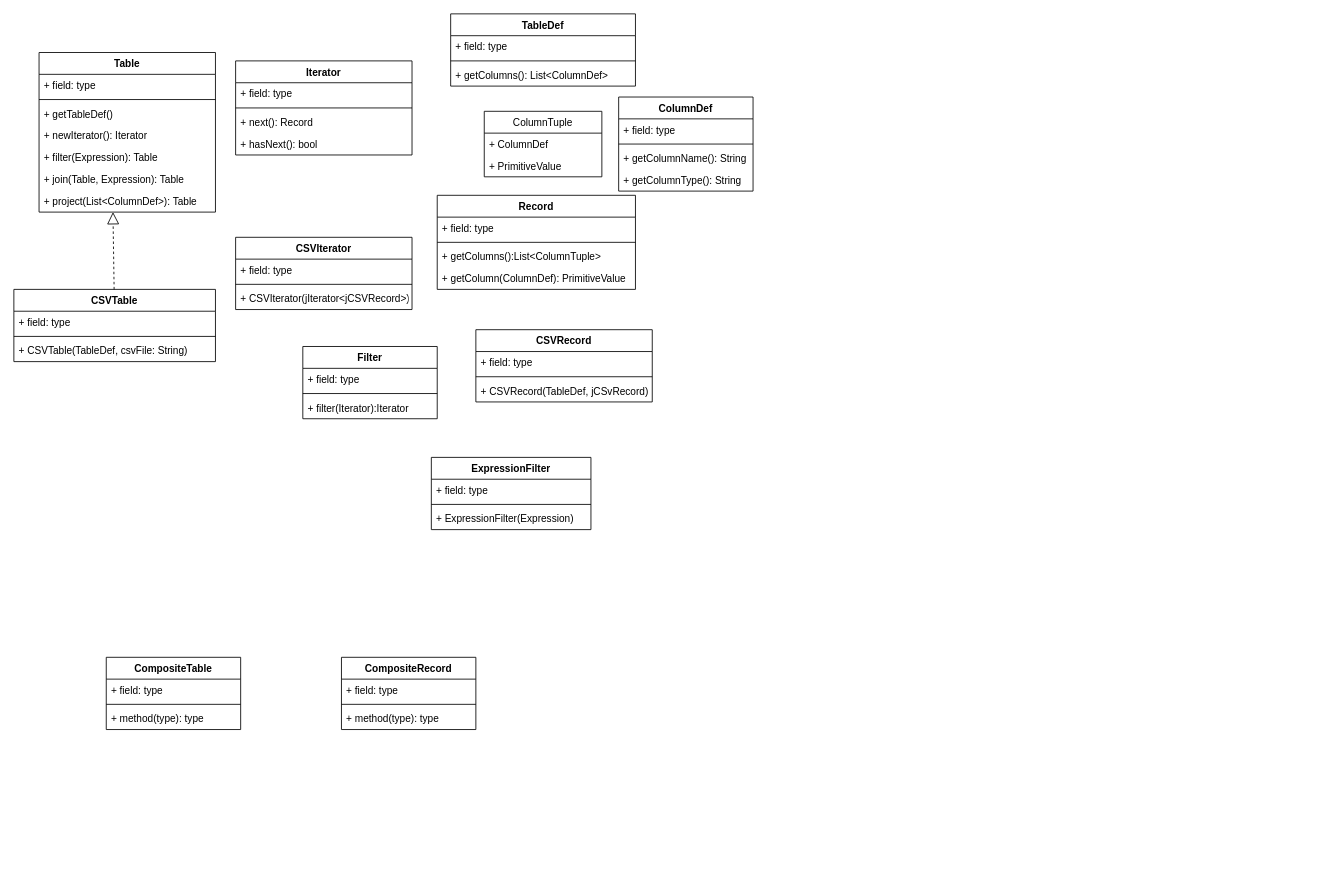
The draw.io diagram toyqe.drawio in kikimo/toyqe, before the edit. Source tidied: cells renumbered, new cells numbered last; positions are measured from the earlier drawing's top-left corner, leaving out a move shared by most shapes. Both pictures are drawn from the tidied source at 84%, with x=0, y=0 at pixel (13, 13).
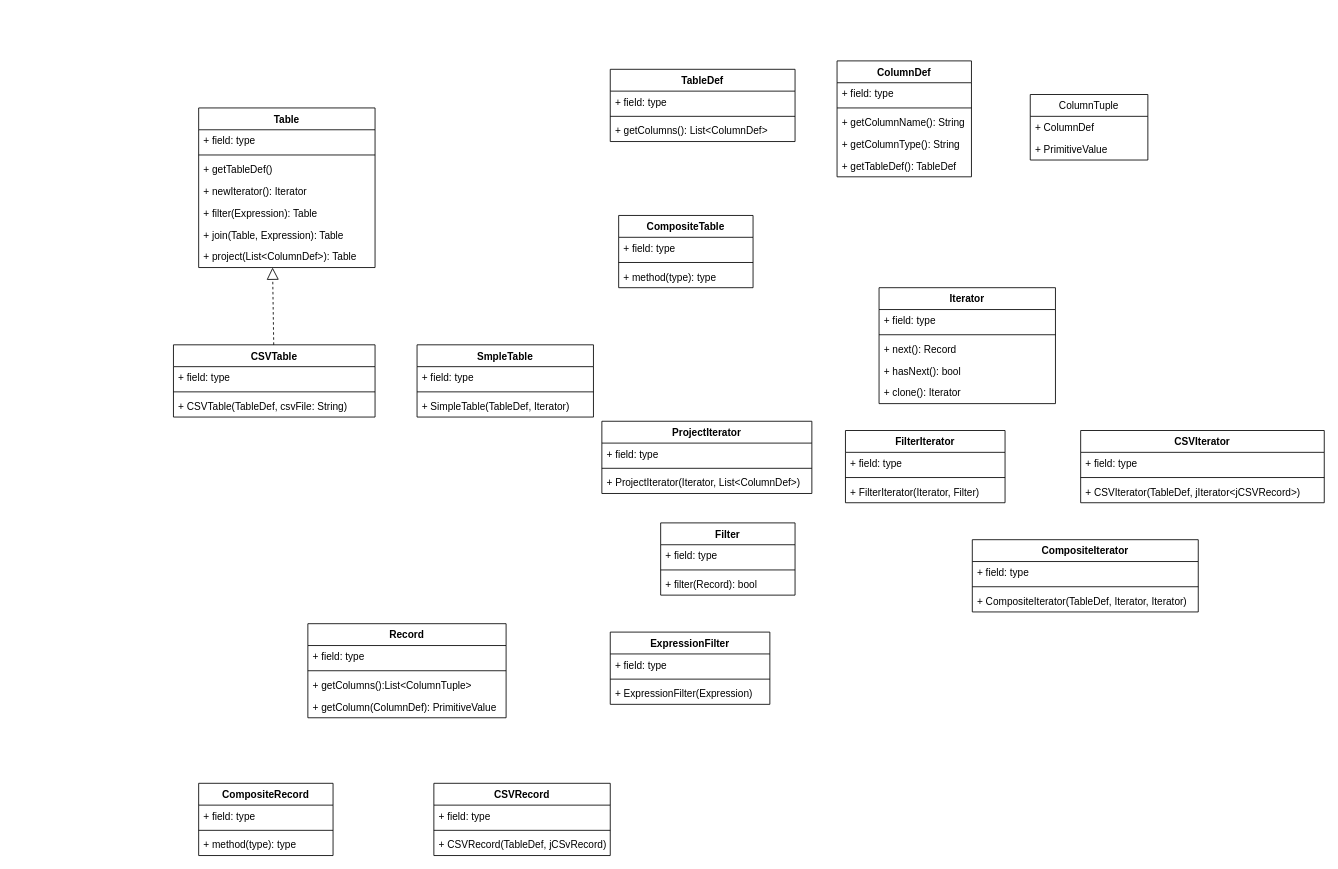
The same page after the edit.

Diff of the diagram source:
```diff
@@
     <mxCell id="2" value="Table" style="swimlane;fontStyle=1;align=center;verticalAlign=top;horizontal=1;startSize=26;" parent="1" vertex="1">
-      <mxGeometry x="30" y="46" width="210" height="190" as="geometry" />
+      <mxGeometry x="220" y="112" width="210" height="190" as="geometry" />
     </mxCell>
@@
     <mxCell id="10" value="Iterator" style="swimlane;fontStyle=1;align=center;verticalAlign=top;horizontal=1;startSize=26;" parent="1" vertex="1">
-      <mxGeometry x="264" y="56" width="210" height="112" as="geometry" />
+      <mxGeometry x="1030" y="326" width="210" height="138" as="geometry" />
     </mxCell>
@@
+    <mxCell id="61" value="+ clone(): Iterator" style="text;strokeColor=none;fillColor=none;align=left;verticalAlign=top;spacingLeft=4;spacingRight=4;overflow=hidden;" parent="10" vertex="1">
+      <mxGeometry y="112" width="210" height="26" as="geometry" />
+    </mxCell>
     <mxCell id="15" value="TableDef" style="swimlane;fontStyle=1;align=center;verticalAlign=top;horizontal=1;startSize=26;" parent="1" vertex="1">
-      <mxGeometry x="520" width="220" height="86" as="geometry" />
+      <mxGeometry x="710" y="66" width="220" height="86" as="geometry" />
     </mxCell>
@@
     <mxCell id="19" value="ColumnDef" style="swimlane;fontStyle=1;align=center;verticalAlign=top;horizontal=1;startSize=26;" parent="1" vertex="1">
-      <mxGeometry x="720" y="99" width="160" height="112" as="geometry" />
+      <mxGeometry x="980" y="56" width="160" height="138" as="geometry" />
     </mxCell>
@@
+    <mxCell id="62" value="+ getTableDef(): TableDef" style="text;strokeColor=none;fillColor=none;align=left;verticalAlign=top;spacingLeft=4;spacingRight=4;overflow=hidden;" parent="19" vertex="1">
+      <mxGeometry y="112" width="160" height="26" as="geometry" />
+    </mxCell>
     <mxCell id="24" value="Record" style="swimlane;fontStyle=1;align=center;verticalAlign=top;horizontal=1;startSize=26;" parent="1" vertex="1">
-      <mxGeometry x="504" y="216" width="236" height="112" as="geometry" />
+      <mxGeometry x="350" y="726" width="236" height="112" as="geometry" />
     </mxCell>
@@
     <mxCell id="29" value="ColumnTuple" style="swimlane;fontStyle=0;horizontal=1;startSize=26;fillColor=none;" parent="1" vertex="1">
-      <mxGeometry x="560" y="116" width="140" height="78" as="geometry" />
+      <mxGeometry x="1210" y="96" width="140" height="78" as="geometry" />
     </mxCell>
@@
     <mxCell id="32" value="Filter" style="swimlane;fontStyle=1;align=center;verticalAlign=top;horizontal=1;startSize=26;" parent="1" vertex="1">
-      <mxGeometry x="344" y="396" width="160" height="86" as="geometry" />
+      <mxGeometry x="770" y="606" width="160" height="86" as="geometry" />
     </mxCell>
@@
-    <mxCell id="35" value="+ filter(Iterator):Iterator" style="text;strokeColor=none;fillColor=none;align=left;verticalAlign=top;spacingLeft=4;spacingRight=4;overflow=hidden;" parent="32" vertex="1">
+    <mxCell id="35" value="+ filter(Record): bool" style="text;strokeColor=none;fillColor=none;align=left;verticalAlign=top;spacingLeft=4;spacingRight=4;overflow=hidden;" parent="32" vertex="1">
       <mxGeometry y="60" width="160" height="26" as="geometry" />
     </mxCell>
     <mxCell id="36" value="CSVTable" style="swimlane;fontStyle=1;align=center;verticalAlign=top;horizontal=1;startSize=26;" parent="1" vertex="1">
-      <mxGeometry y="328" width="240" height="86" as="geometry" />
+      <mxGeometry x="190" y="394" width="240" height="86" as="geometry" />
     </mxCell>
@@
     <mxCell id="41" value="CSVIterator" style="swimlane;fontStyle=1;align=center;verticalAlign=top;horizontal=1;startSize=26;" parent="1" vertex="1">
-      <mxGeometry x="264" y="266" width="210" height="86" as="geometry" />
+      <mxGeometry x="1270" y="496" width="290" height="86" as="geometry" />
     </mxCell>
     <mxCell id="42" value="+ field: type" style="text;strokeColor=none;fillColor=none;align=left;verticalAlign=top;spacingLeft=4;spacingRight=4;overflow=hidden;" parent="41" vertex="1">
-      <mxGeometry y="26" width="210" height="26" as="geometry" />
+      <mxGeometry y="26" width="290" height="26" as="geometry" />
     </mxCell>
     <mxCell id="43" style="line;strokeWidth=1;fillColor=none;align=left;verticalAlign=middle;spacingTop=-1;spacingLeft=3;spacingRight=3;labelPosition=right;" parent="41" vertex="1">
-      <mxGeometry y="52" width="210" height="8" as="geometry" />
+      <mxGeometry y="52" width="290" height="8" as="geometry" />
     </mxCell>
-    <mxCell id="44" value="+ CSVIterator(jIterator&lt;jCSVRecord&gt;)" style="text;strokeColor=none;fillColor=none;align=left;verticalAlign=top;spacingLeft=4;spacingRight=4;overflow=hidden;" parent="41" vertex="1">
-      <mxGeometry y="60" width="210" height="26" as="geometry" />
+    <mxCell id="44" value="+ CSVIterator(TableDef, jIterator&lt;jCSVRecord&gt;)" style="text;strokeColor=none;fillColor=none;align=left;verticalAlign=top;spacingLeft=4;spacingRight=4;overflow=hidden;" parent="41" vertex="1">
+      <mxGeometry y="60" width="290" height="26" as="geometry" />
     </mxCell>
     <mxCell id="45" value="ExpressionFilter" style="swimlane;fontStyle=1;align=center;verticalAlign=top;horizontal=1;startSize=26;" parent="1" vertex="1">
-      <mxGeometry x="497" y="528" width="190" height="86" as="geometry" />
+      <mxGeometry x="710" y="736" width="190" height="86" as="geometry" />
     </mxCell>
@@
     <mxCell id="49" value="CSVRecord" style="swimlane;fontStyle=1;align=center;verticalAlign=top;horizontal=1;startSize=26;" parent="1" vertex="1">
-      <mxGeometry x="550" y="376" width="210" height="86" as="geometry" />
+      <mxGeometry x="500" y="916" width="210" height="86" as="geometry" />
     </mxCell>
@@
     <mxCell id="53" value="CompositeTable" style="swimlane;fontStyle=1;align=center;verticalAlign=top;horizontal=1;startSize=26;" parent="1" vertex="1">
-      <mxGeometry x="110" y="766" width="160" height="86" as="geometry" />
+      <mxGeometry x="720" y="240" width="160" height="86" as="geometry" />
     </mxCell>
@@
     <mxCell id="57" value="CompositeRecord" style="swimlane;fontStyle=1;align=center;verticalAlign=top;horizontal=1;startSize=26;" parent="1" vertex="1">
-      <mxGeometry x="390" y="766" width="160" height="86" as="geometry" />
+      <mxGeometry x="220" y="916" width="160" height="86" as="geometry" />
     </mxCell>
@@
+    <mxCell id="63" value="FilterIterator" style="swimlane;fontStyle=1;align=center;verticalAlign=top;horizontal=1;startSize=26;" parent="1" vertex="1">
+      <mxGeometry x="990" y="496" width="190" height="86" as="geometry" />
+    </mxCell>
+    <mxCell id="64" value="+ field: type" style="text;strokeColor=none;fillColor=none;align=left;verticalAlign=top;spacingLeft=4;spacingRight=4;overflow=hidden;" parent="63" vertex="1">
+      <mxGeometry y="26" width="190" height="26" as="geometry" />
+    </mxCell>
+    <mxCell id="65" style="line;strokeWidth=1;fillColor=none;align=left;verticalAlign=middle;spacingTop=-1;spacingLeft=3;spacingRight=3;labelPosition=right;" parent="63" vertex="1">
+      <mxGeometry y="52" width="190" height="8" as="geometry" />
+    </mxCell>
+    <mxCell id="66" value="+ FilterIterator(Iterator, Filter)" style="text;strokeColor=none;fillColor=none;align=left;verticalAlign=top;spacingLeft=4;spacingRight=4;overflow=hidden;" parent="63" vertex="1">
+      <mxGeometry y="60" width="190" height="26" as="geometry" />
+    </mxCell>
+    <mxCell id="67" value="ProjectIterator" style="swimlane;fontStyle=1;align=center;verticalAlign=top;horizontal=1;startSize=26;" parent="1" vertex="1">
+      <mxGeometry x="700" y="485" width="250" height="86" as="geometry" />
+    </mxCell>
+    <mxCell id="68" value="+ field: type" style="text;strokeColor=none;fillColor=none;align=left;verticalAlign=top;spacingLeft=4;spacingRight=4;overflow=hidden;" parent="67" vertex="1">
+      <mxGeometry y="26" width="250" height="26" as="geometry" />
+    </mxCell>
+    <mxCell id="69" style="line;strokeWidth=1;fillColor=none;align=left;verticalAlign=middle;spacingTop=-1;spacingLeft=3;spacingRight=3;labelPosition=right;" parent="67" vertex="1">
+      <mxGeometry y="52" width="250" height="8" as="geometry" />
+    </mxCell>
+    <mxCell id="70" value="+ ProjectIterator(Iterator, List&lt;ColumnDef&gt;)" style="text;strokeColor=none;fillColor=none;align=left;verticalAlign=top;spacingLeft=4;spacingRight=4;overflow=hidden;" parent="67" vertex="1">
+      <mxGeometry y="60" width="250" height="26" as="geometry" />
+    </mxCell>
+    <mxCell id="71" value="SmpleTable" style="swimlane;fontStyle=1;align=center;verticalAlign=top;horizontal=1;startSize=26;" parent="1" vertex="1">
+      <mxGeometry x="480" y="394" width="210" height="86" as="geometry" />
+    </mxCell>
+    <mxCell id="72" value="+ field: type" style="text;strokeColor=none;fillColor=none;align=left;verticalAlign=top;spacingLeft=4;spacingRight=4;overflow=hidden;" parent="71" vertex="1">
+      <mxGeometry y="26" width="210" height="26" as="geometry" />
+    </mxCell>
+    <mxCell id="73" style="line;strokeWidth=1;fillColor=none;align=left;verticalAlign=middle;spacingTop=-1;spacingLeft=3;spacingRight=3;labelPosition=right;" parent="71" vertex="1">
+      <mxGeometry y="52" width="210" height="8" as="geometry" />
+    </mxCell>
+    <mxCell id="74" value="+ SimpleTable(TableDef, Iterator)" style="text;strokeColor=none;fillColor=none;align=left;verticalAlign=top;spacingLeft=4;spacingRight=4;overflow=hidden;" parent="71" vertex="1">
+      <mxGeometry y="60" width="210" height="26" as="geometry" />
+    </mxCell>
+    <mxCell id="75" value="CompositeIterator" style="swimlane;fontStyle=1;align=center;verticalAlign=top;horizontal=1;startSize=26;" parent="1" vertex="1">
+      <mxGeometry x="1141" y="626" width="269" height="86" as="geometry" />
+    </mxCell>
+    <mxCell id="76" value="+ field: type" style="text;strokeColor=none;fillColor=none;align=left;verticalAlign=top;spacingLeft=4;spacingRight=4;overflow=hidden;" parent="75" vertex="1">
+      <mxGeometry y="26" width="269" height="26" as="geometry" />
+    </mxCell>
+    <mxCell id="77" style="line;strokeWidth=1;fillColor=none;align=left;verticalAlign=middle;spacingTop=-1;spacingLeft=3;spacingRight=3;labelPosition=right;" parent="75" vertex="1">
+      <mxGeometry y="52" width="269" height="8" as="geometry" />
+    </mxCell>
+    <mxCell id="78" value="+ CompositeIterator(TableDef, Iterator, Iterator)" style="text;strokeColor=none;fillColor=none;align=left;verticalAlign=top;spacingLeft=4;spacingRight=4;overflow=hidden;" parent="75" vertex="1">
+      <mxGeometry y="60" width="269" height="26" as="geometry" />
+    </mxCell>
```
